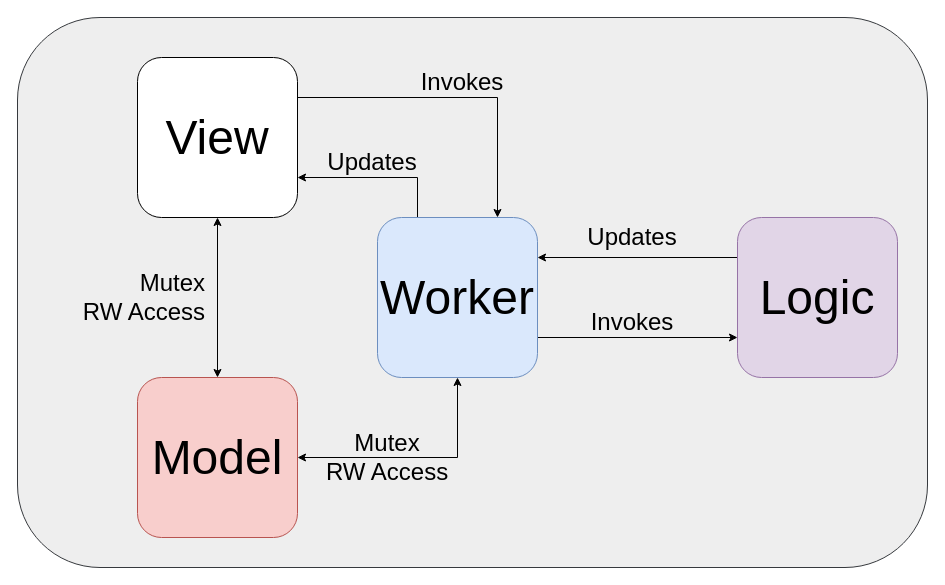
The draw.io diagram docs/overview.drawio in StratifyLabs/gui, before the edit. Source tidied: cells renumbered, new cells numbered last; positions are measured from the earlier drawing's top-left corner, leaving out a move shared by most shapes. Both pictures are drawn from the tidied source at 100%, with x=0, y=0 at pixel (17, 17).
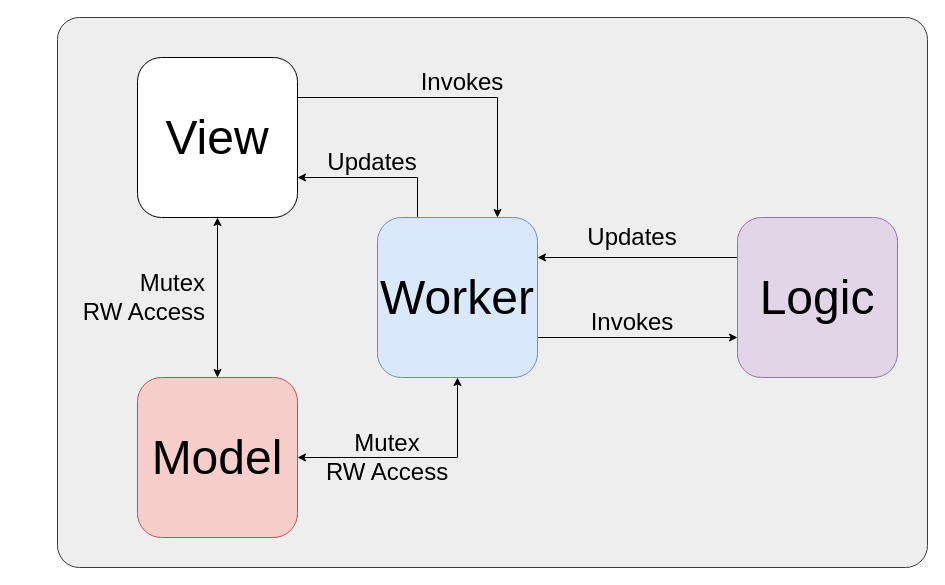
Above is the later version.

Change to the diagram source:
```diff
@@
 <mxGraphModel>
   <root>
     <mxCell id="0" />
     <mxCell id="1" parent="0" />
-    <mxCell id="2" style="rounded=1;whiteSpace=wrap;html=1;fontSize=24;fillColor=#eeeeee;strokeColor=#36393d;" parent="1" vertex="1">
-      <mxGeometry width="910" height="550" as="geometry" />
+    <mxCell id="2" style="rounded=1;whiteSpace=wrap;html=1;fontSize=24;fillColor=#eeeeee;strokeColor=#36393d;arcSize=4;" parent="1" vertex="1">
+      <mxGeometry x="40" width="870" height="550" as="geometry" />
     </mxCell>
     <mxCell id="3" style="edgeStyle=orthogonalEdgeStyle;rounded=0;jettySize=auto;html=1;exitX=1;exitY=0.25;exitDx=0;exitDy=0;entryX=0.75;entryY=0;entryDx=0;entryDy=0;fontSize=48;" parent="1" edge="1" source="5" target="12">
       <mxGeometry relative="1" as="geometry" />
     </mxCell>
     <mxCell id="4" style="edgeStyle=orthogonalEdgeStyle;rounded=0;jettySize=auto;html=1;exitX=0.5;exitY=1;exitDx=0;exitDy=0;entryX=0.5;entryY=0;entryDx=0;entryDy=0;fontSize=24;startArrow=classic;startFill=1;" parent="1" edge="1" source="5" target="6">
       <mxGeometry relative="1" as="geometry" />
     </mxCell>
     <mxCell id="5" value="&lt;font style=&quot;font-size: 48px&quot;&gt;View&lt;/font&gt;" style="rounded=1;whiteSpace=wrap;html=1;" parent="1" vertex="1">
       <mxGeometry x="120" y="40" width="160" height="160" as="geometry" />
     </mxCell>
     <mxCell id="6" value="&lt;font style=&quot;font-size: 48px&quot;&gt;Model&lt;/font&gt;" style="rounded=1;whiteSpace=wrap;html=1;fillColor=#f8cecc;strokeColor=#b85450;" parent="1" vertex="1">
       <mxGeometry x="120" y="360" width="160" height="160" as="geometry" />
     </mxCell>
     <mxCell id="7" style="edgeStyle=orthogonalEdgeStyle;rounded=0;jettySize=auto;html=1;exitX=0;exitY=0.25;exitDx=0;exitDy=0;entryX=1;entryY=0.25;entryDx=0;entryDy=0;fontSize=24;" parent="1" edge="1" source="8" target="12">
       <mxGeometry relative="1" as="geometry" />
     </mxCell>
     <mxCell id="8" value="&lt;font style=&quot;font-size: 48px&quot;&gt;Logic&lt;/font&gt;" style="rounded=1;whiteSpace=wrap;html=1;fillColor=#e1d5e7;strokeColor=#9673a6;" parent="1" vertex="1">
       <mxGeometry x="720" y="200" width="160" height="160" as="geometry" />
     </mxCell>
     <mxCell id="9" style="edgeStyle=orthogonalEdgeStyle;rounded=0;jettySize=auto;html=1;exitX=0.25;exitY=0;exitDx=0;exitDy=0;entryX=1;entryY=0.75;entryDx=0;entryDy=0;fontSize=48;" parent="1" edge="1" source="12" target="5">
       <mxGeometry relative="1" as="geometry" />
     </mxCell>
     <mxCell id="10" style="edgeStyle=orthogonalEdgeStyle;rounded=0;jettySize=auto;html=1;exitX=1;exitY=0.75;exitDx=0;exitDy=0;entryX=0;entryY=0.75;entryDx=0;entryDy=0;fontSize=24;" parent="1" edge="1" source="12" target="8">
       <mxGeometry relative="1" as="geometry" />
     </mxCell>
     <mxCell id="11" style="edgeStyle=orthogonalEdgeStyle;rounded=0;jettySize=auto;html=1;exitX=0.5;exitY=1;exitDx=0;exitDy=0;entryX=1;entryY=0.5;entryDx=0;entryDy=0;fontSize=24;startArrow=classic;startFill=1;" parent="1" edge="1" source="12" target="6">
       <mxGeometry relative="1" as="geometry" />
     </mxCell>
     <mxCell id="12" value="&lt;font style=&quot;font-size: 48px&quot;&gt;Worker&lt;/font&gt;" style="rounded=1;whiteSpace=wrap;html=1;fillColor=#dae8fc;strokeColor=#6c8ebf;" parent="1" vertex="1">
       <mxGeometry x="360" y="200" width="160" height="160" as="geometry" />
     </mxCell>
     <mxCell id="13" value="Invokes" style="text;html=1;strokeColor=none;fillColor=none;align=center;verticalAlign=middle;whiteSpace=wrap;rounded=0;fontSize=24;" parent="1" vertex="1">
       <mxGeometry x="390" y="50" width="110" height="30" as="geometry" />
     </mxCell>
     <mxCell id="14" value="Updates" style="text;html=1;strokeColor=none;fillColor=none;align=center;verticalAlign=middle;whiteSpace=wrap;rounded=0;fontSize=24;" parent="1" vertex="1">
       <mxGeometry x="310" y="130" width="90" height="30" as="geometry" />
     </mxCell>
     <mxCell id="15" value="Mutex&lt;br&gt;RW Access" style="text;html=1;strokeColor=none;fillColor=none;align=right;verticalAlign=middle;whiteSpace=wrap;rounded=0;fontSize=24;" parent="1" vertex="1">
       <mxGeometry x="50" y="255" width="140" height="50" as="geometry" />
     </mxCell>
     <mxCell id="16" value="Mutex&lt;br&gt;RW Access" style="text;html=1;strokeColor=none;fillColor=none;align=center;verticalAlign=middle;whiteSpace=wrap;rounded=0;fontSize=24;" parent="1" vertex="1">
       <mxGeometry x="300" y="415" width="140" height="50" as="geometry" />
     </mxCell>
     <mxCell id="17" value="Updates" style="text;html=1;strokeColor=none;fillColor=none;align=center;verticalAlign=middle;whiteSpace=wrap;rounded=0;fontSize=24;" parent="1" vertex="1">
       <mxGeometry x="560" y="200" width="110" height="40" as="geometry" />
     </mxCell>
     <mxCell id="18" value="Invokes" style="text;html=1;strokeColor=none;fillColor=none;align=center;verticalAlign=middle;whiteSpace=wrap;rounded=0;fontSize=24;" parent="1" vertex="1">
       <mxGeometry x="560" y="290" width="110" height="30" as="geometry" />
     </mxCell>
   </root>
 </mxGraphModel>
```
